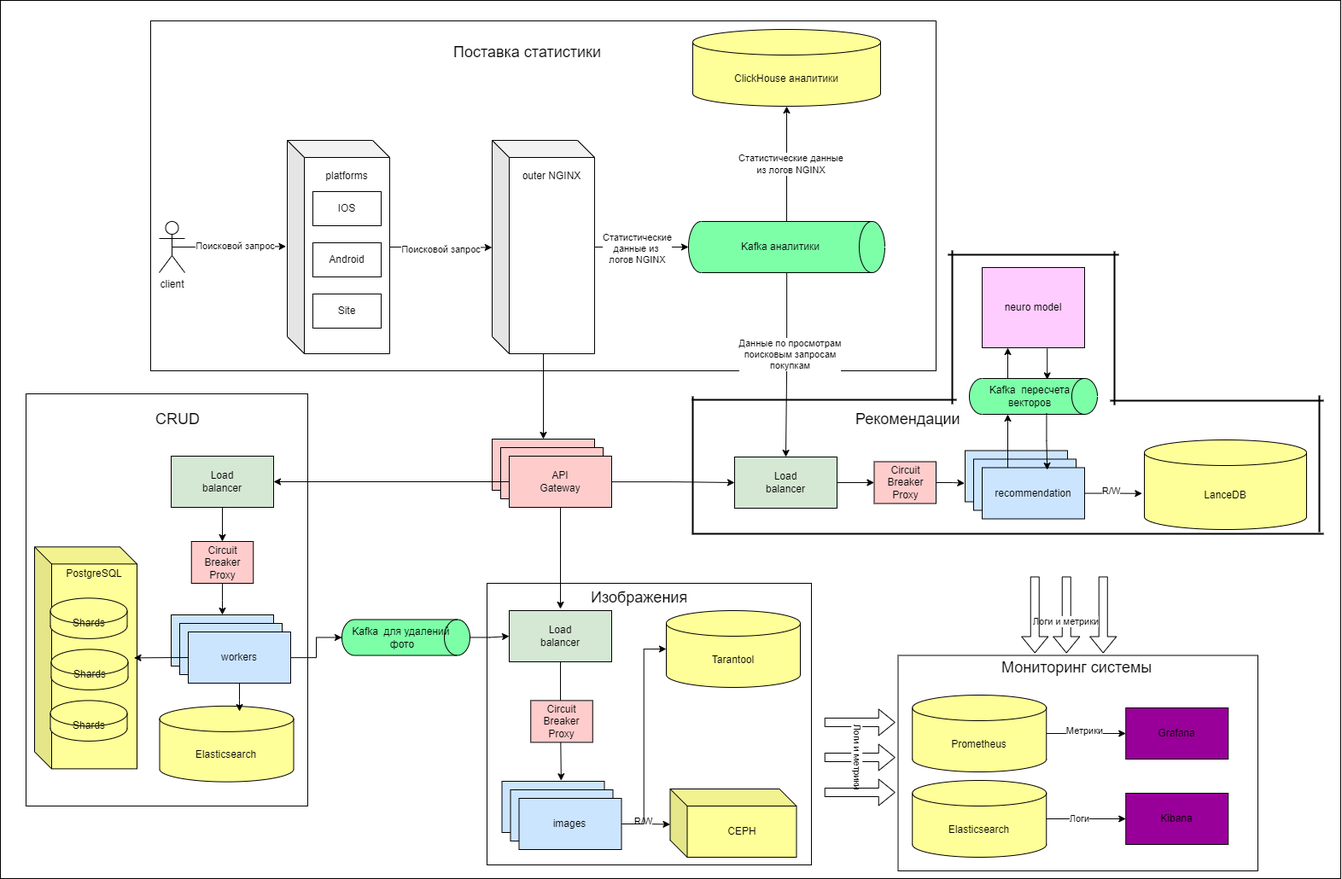
Above: src/avito_system.drawio.png in Max425/tp-highload-avito (draw.io), before the change. Source tidied: cells renumbered, new cells last; positions are measured from the earlier drawing's top-left corner, leaving out a move shared by most shapes.
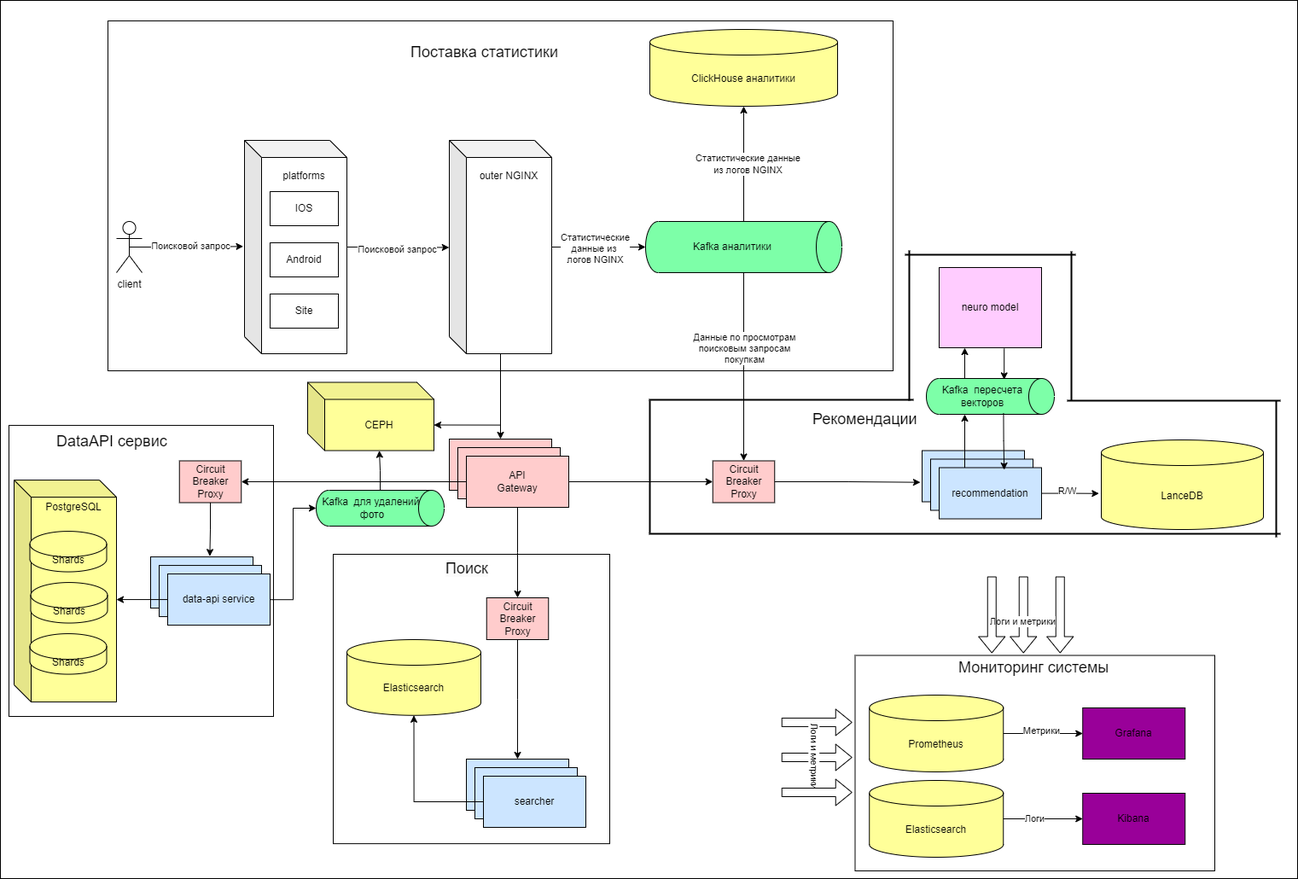
After the commit.

What changed in the source:
```diff
@@ -5,3 +5,3 @@
     <mxCell id="2" style="rounded=0;whiteSpace=wrap;html=1;" parent="1" vertex="1">
-      <mxGeometry width="1570" height="1029" as="geometry" />
+      <mxGeometry x="50" width="1520" height="1029" as="geometry" />
     </mxCell>
@@ -11,3 +11,3 @@
     <mxCell id="4" style="rounded=0;whiteSpace=wrap;html=1;" parent="1" vertex="1">
-      <mxGeometry x="570" y="683" width="380" height="330" as="geometry" />
+      <mxGeometry x="60" y="497.9" width="310" height="341.1" as="geometry" />
     </mxCell>
@@ -17,3 +17,3 @@
     <mxCell id="6" style="rounded=0;whiteSpace=wrap;html=1;" parent="1" vertex="1">
-      <mxGeometry x="30" y="461" width="330" height="483" as="geometry" />
+      <mxGeometry x="440" y="649" width="324" height="339.1" as="geometry" />
     </mxCell>
@@ -68,3 +68,3 @@
     </mxCell>
-    <mxCell id="22" style="edgeStyle=orthogonalEdgeStyle;rounded=0;jettySize=auto;html=1;" parent="1" edge="1" source="24" target="29">
+    <mxCell id="22" style="edgeStyle=orthogonalEdgeStyle;rounded=0;jettySize=auto;html=1;" parent="1" edge="1" source="24" target="83">
       <mxGeometry relative="1" as="geometry" />
@@ -72,3 +72,5 @@
     <mxCell id="23" value="Данные по просмотрам&lt;div&gt;поисковым запросам&lt;/div&gt;&lt;div&gt;покупкам&lt;/div&gt;" style="edgeLabel;html=1;align=center;verticalAlign=middle;" parent="22" vertex="1">
-      <mxGeometry x="-0.12" y="2" relative="1" as="geometry" />
+      <mxGeometry x="-0.12" y="2" relative="1" as="geometry">
+        <mxPoint x="-2" y="-8" as="offset" />
+      </mxGeometry>
     </mxCell>
@@ -83,11 +85,5 @@
     </mxCell>
-    <mxCell id="27" style="edgeStyle=orthogonalEdgeStyle;rounded=0;jettySize=auto;html=1;entryX=-0.005;entryY=0.639;entryDx=0;entryDy=0;entryPerimeter=0;" parent="1" edge="1" source="83" target="30">
+    <mxCell id="27" style="edgeStyle=orthogonalEdgeStyle;rounded=0;jettySize=auto;html=1;entryX=-0.017;entryY=0.62;entryDx=0;entryDy=0;entryPerimeter=0;" parent="1" edge="1" source="83" target="30">
       <mxGeometry relative="1" as="geometry" />
     </mxCell>
-    <mxCell id="28" style="edgeStyle=orthogonalEdgeStyle;rounded=0;jettySize=auto;html=1;entryX=0;entryY=0.5;entryDx=0;entryDy=0;" parent="1" edge="1" source="29" target="83">
-      <mxGeometry relative="1" as="geometry" />
-    </mxCell>
-    <mxCell id="29" value="Load&lt;div&gt;balancer&lt;/div&gt;" style="rounded=0;whiteSpace=wrap;html=1;fillColor=#D5E8D4;" parent="1" vertex="1">
-      <mxGeometry x="860" y="535" width="120" height="60" as="geometry" />
-    </mxCell>
     <mxCell id="30" value="recommendation" style="rounded=0;whiteSpace=wrap;html=1;fillColor=#CCE5FF;" parent="1" vertex="1">
@@ -116,3 +112,3 @@
     <mxCell id="37" value="Elasticsearch" style="shape=cylinder3;whiteSpace=wrap;html=1;boundedLbl=1;backgroundOutline=1;size=15;fillColor=#FFFF99;" parent="1" vertex="1">
-      <mxGeometry x="186.5" y="826.9" width="157" height="88.8" as="geometry" />
+      <mxGeometry x="456" y="749" width="157" height="88.8" as="geometry" />
     </mxCell>
@@ -124,13 +120,11 @@
     </mxCell>
-    <mxCell id="40" style="edgeStyle=orthogonalEdgeStyle;rounded=0;jettySize=auto;html=1;entryX=0;entryY=0.5;entryDx=0;entryDy=0;" parent="1" edge="1" source="43" target="29">
+    <mxCell id="40" style="edgeStyle=orthogonalEdgeStyle;rounded=0;jettySize=auto;html=1;" parent="1" edge="1" source="43" target="83">
       <mxGeometry relative="1" as="geometry" />
     </mxCell>
-    <mxCell id="41" style="edgeStyle=orthogonalEdgeStyle;rounded=0;jettySize=auto;html=1;exitX=0.5;exitY=1;exitDx=0;exitDy=0;" parent="1" edge="1" source="43">
-      <mxGeometry relative="1" as="geometry">
-        <mxPoint x="656" y="713" as="targetPoint" />
-      </mxGeometry>
-    </mxCell>
-    <mxCell id="42" style="edgeStyle=orthogonalEdgeStyle;rounded=0;jettySize=auto;html=1;" parent="1" edge="1" source="43" target="49">
+    <mxCell id="42" style="edgeStyle=orthogonalEdgeStyle;rounded=0;jettySize=auto;html=1;" parent="1" edge="1" source="43" target="88">
       <mxGeometry relative="1" as="geometry" />
     </mxCell>
+    <mxCell id="105" style="edgeStyle=orthogonalEdgeStyle;rounded=0;jettySize=auto;html=1;entryX=1;entryY=0.5;entryDx=0;entryDy=0;" parent="1" edge="1" source="43" target="90">
+      <mxGeometry relative="1" as="geometry" />
+    </mxCell>
     <mxCell id="43" value="API&lt;div&gt;Gateway&lt;/div&gt;" style="rounded=0;whiteSpace=wrap;html=1;fillColor=#FFCCCC;" parent="1" vertex="1">
@@ -139,12 +133,12 @@
     <mxCell id="44" value="&lt;div&gt;PostgreSQL&lt;br&gt;&lt;/div&gt;&lt;div&gt;&lt;br&gt;&lt;/div&gt;&lt;div&gt;&lt;br&gt;&lt;/div&gt;&lt;div&gt;&lt;br&gt;&lt;/div&gt;&lt;div&gt;&lt;br&gt;&lt;/div&gt;&lt;div&gt;&lt;br&gt;&lt;/div&gt;&lt;div&gt;&lt;br&gt;&lt;/div&gt;&lt;div&gt;&lt;br&gt;&lt;/div&gt;&lt;div&gt;&lt;br&gt;&lt;/div&gt;&lt;div&gt;&lt;br&gt;&lt;/div&gt;&lt;div&gt;&lt;br&gt;&lt;/div&gt;&lt;div&gt;&lt;br&gt;&lt;/div&gt;&lt;div&gt;&lt;br&gt;&lt;/div&gt;&lt;div&gt;&lt;br&gt;&lt;/div&gt;&lt;div&gt;&lt;br&gt;&lt;/div&gt;&lt;div&gt;&lt;br&gt;&lt;/div&gt;" style="shape=cube;whiteSpace=wrap;html=1;boundedLbl=1;backgroundOutline=1;darkOpacity=0.05;darkOpacity2=0.1;fillColor=#FFFF99;" parent="1" vertex="1">
-      <mxGeometry x="40" y="640.4" width="120" height="260" as="geometry" />
+      <mxGeometry x="66" y="562.1" width="120" height="260" as="geometry" />
     </mxCell>
     <mxCell id="45" value="Shards" style="shape=cylinder3;whiteSpace=wrap;html=1;boundedLbl=1;backgroundOutline=1;size=15;fillColor=#FFFF99;" parent="1" vertex="1">
-      <mxGeometry x="58.5" y="700.4" width="90" height="47.5" as="geometry" />
+      <mxGeometry x="84.5" y="622.1" width="90" height="47.5" as="geometry" />
     </mxCell>
     <mxCell id="46" value="Shards" style="shape=cylinder3;whiteSpace=wrap;html=1;boundedLbl=1;backgroundOutline=1;size=15;fillColor=#FFFF99;" parent="1" vertex="1">
-      <mxGeometry x="58.5" y="820.4" width="90" height="47.5" as="geometry" />
+      <mxGeometry x="84.5" y="742.1" width="90" height="47.5" as="geometry" />
     </mxCell>
     <mxCell id="47" value="Shards" style="shape=cylinder3;whiteSpace=wrap;html=1;boundedLbl=1;backgroundOutline=1;size=15;fillColor=#FFFF99;" parent="1" vertex="1">
-      <mxGeometry x="59.5" y="760.4" width="90" height="47.5" as="geometry" />
+      <mxGeometry x="85.5" y="682.1" width="90" height="47.5" as="geometry" />
     </mxCell>
@@ -153,25 +147,19 @@
     </mxCell>
-    <mxCell id="49" value="Load&lt;div&gt;balancer&lt;/div&gt;" style="rounded=0;whiteSpace=wrap;html=1;fillColor=#D5E8D4;" parent="1" vertex="1">
-      <mxGeometry x="200" y="534" width="120" height="60" as="geometry" />
-    </mxCell>
     <mxCell id="50" value="recommendation" style="rounded=0;whiteSpace=wrap;html=1;fillColor=#CCE5FF;" parent="1" vertex="1">
-      <mxGeometry x="200" y="720" width="120" height="60" as="geometry" />
+      <mxGeometry x="596" y="889" width="120" height="60" as="geometry" />
     </mxCell>
     <mxCell id="51" value="recommendation" style="rounded=0;whiteSpace=wrap;html=1;fillColor=#CCE5FF;" parent="1" vertex="1">
-      <mxGeometry x="210" y="730" width="120" height="60" as="geometry" />
+      <mxGeometry x="606" y="899" width="120" height="60" as="geometry" />
     </mxCell>
-    <mxCell id="52" value="workers" style="rounded=0;whiteSpace=wrap;html=1;fillColor=#CCE5FF;" parent="1" vertex="1">
-      <mxGeometry x="220" y="740" width="120" height="60" as="geometry" />
+    <mxCell id="52" value="searcher" style="rounded=0;whiteSpace=wrap;html=1;fillColor=#CCE5FF;" parent="1" vertex="1">
+      <mxGeometry x="616" y="909" width="120" height="60" as="geometry" />
     </mxCell>
-    <mxCell id="53" value="&lt;span style=&quot;color: rgb(0, 0, 0); font-family: Helvetica; font-size: 18px; font-style: normal; font-variant-ligatures: normal; font-variant-caps: normal; font-weight: 400; letter-spacing: normal; orphans: 2; text-align: left; text-indent: 0px; text-transform: none; widows: 2; word-spacing: 0px; -webkit-text-stroke-width: 0px; white-space: normal; background-color: rgb(251, 251, 251); text-decoration-thickness: initial; text-decoration-style: initial; text-decoration-color: initial; display: inline !important; float: none;&quot;&gt;CRUD&lt;/span&gt;" style="text;whiteSpace=wrap;html=1;" parent="1" vertex="1">
-      <mxGeometry x="180" y="474" width="58" height="50" as="geometry" />
+    <mxCell id="53" value="&lt;span style=&quot;color: rgb(0, 0, 0); font-family: Helvetica; font-size: 18px; font-style: normal; font-variant-ligatures: normal; font-variant-caps: normal; font-weight: 400; letter-spacing: normal; orphans: 2; text-align: left; text-indent: 0px; text-transform: none; widows: 2; word-spacing: 0px; -webkit-text-stroke-width: 0px; white-space: normal; background-color: rgb(251, 251, 251); text-decoration-thickness: initial; text-decoration-style: initial; text-decoration-color: initial; display: inline !important; float: none;&quot;&gt;Поиск&lt;/span&gt;" style="text;whiteSpace=wrap;html=1;" parent="1" vertex="1">
+      <mxGeometry x="570" y="649" width="58" height="50" as="geometry" />
     </mxCell>
-    <mxCell id="54" value="Tarantool" style="shape=cylinder3;whiteSpace=wrap;html=1;boundedLbl=1;backgroundOutline=1;size=15;fillColor=#FFFF99;" parent="1" vertex="1">
-      <mxGeometry x="780" y="715" width="157" height="90" as="geometry" />
-    </mxCell>
-    <mxCell id="55" value="&lt;font style=&quot;font-size: 18px;&quot;&gt;Изображения&lt;/font&gt;" style="text;whiteSpace=wrap;html=1;" parent="1" vertex="1">
-      <mxGeometry x="690" y="682.5" width="75" height="40" as="geometry" />
+    <mxCell id="55" value="&lt;font style=&quot;font-size: 18px;&quot;&gt;DataAPI с&lt;/font&gt;&lt;span style=&quot;font-size: 18px;&quot;&gt;ервис&lt;/span&gt;" style="text;whiteSpace=wrap;html=1;" parent="1" vertex="1">
+      <mxGeometry x="114" y="499.5" width="174" height="40" as="geometry" />
     </mxCell>
     <mxCell id="56" value="CEPH" style="shape=cube;whiteSpace=wrap;html=1;boundedLbl=1;backgroundOutline=1;darkOpacity=0.05;darkOpacity2=0.1;fillColor=#FFFF99;" parent="1" vertex="1">
-      <mxGeometry x="784.5" y="924" width="148" height="80" as="geometry" />
+      <mxGeometry x="410" y="447.5" width="148" height="80" as="geometry" />
     </mxCell>
@@ -246,33 +234,12 @@
     </mxCell>
-    <mxCell id="74" style="edgeStyle=orthogonalEdgeStyle;rounded=0;jettySize=auto;html=1;exitX=0;exitY=0.5;exitDx=0;exitDy=0;entryX=0;entryY=0;entryDx=120;entryDy=140;entryPerimeter=0;" parent="1" edge="1" source="52">
-      <mxGeometry relative="1" as="geometry">
-        <mxPoint x="156.5" y="770.4" as="targetPoint" />
-      </mxGeometry>
-    </mxCell>
-    <mxCell id="75" value="Load&lt;div&gt;balancer&lt;/div&gt;" style="rounded=0;whiteSpace=wrap;html=1;fillColor=#D5E8D4;" parent="1" vertex="1">
-      <mxGeometry x="596" y="715" width="120" height="60" as="geometry" />
-    </mxCell>
     <mxCell id="76" value="recommendation" style="rounded=0;whiteSpace=wrap;html=1;fillColor=#CCE5FF;" parent="1" vertex="1">
-      <mxGeometry x="587.5" y="915" width="120" height="60" as="geometry" />
+      <mxGeometry x="226" y="652.1" width="120" height="60" as="geometry" />
     </mxCell>
     <mxCell id="77" value="recommendation" style="rounded=0;whiteSpace=wrap;html=1;fillColor=#CCE5FF;" parent="1" vertex="1">
-      <mxGeometry x="597.5" y="925" width="120" height="60" as="geometry" />
+      <mxGeometry x="236" y="662.1" width="120" height="60" as="geometry" />
     </mxCell>
-    <mxCell id="78" value="images" style="rounded=0;whiteSpace=wrap;html=1;fillColor=#CCE5FF;" parent="1" vertex="1">
-      <mxGeometry x="607.5" y="935" width="120" height="60" as="geometry" />
+    <mxCell id="78" value="&lt;div style=&quot;text-align: left;&quot;&gt;&lt;span style=&quot;background-color: initial;&quot;&gt;data-api service&lt;/span&gt;&lt;/div&gt;" style="rounded=0;whiteSpace=wrap;html=1;fillColor=#CCE5FF;" parent="1" vertex="1">
+      <mxGeometry x="246" y="672.1" width="120" height="60" as="geometry" />
     </mxCell>
-    <mxCell id="79" style="edgeStyle=orthogonalEdgeStyle;rounded=0;jettySize=auto;html=1;entryX=-0.014;entryY=0.598;entryDx=0;entryDy=0;entryPerimeter=0;" parent="1" edge="1" source="78">
-      <mxGeometry relative="1" as="geometry">
-        <mxPoint x="784.5" y="965.5" as="targetPoint" />
-      </mxGeometry>
-    </mxCell>
-    <mxCell id="80" value="R/W" style="edgeLabel;html=1;align=center;verticalAlign=middle;fillColor=#CCE5FF;" parent="79" vertex="1">
-      <mxGeometry x="-0.17" y="3" relative="1" as="geometry">
-        <mxPoint x="1" y="-1" as="offset" />
-      </mxGeometry>
-    </mxCell>
-    <mxCell id="81" style="edgeStyle=orthogonalEdgeStyle;rounded=0;jettySize=auto;html=1;entryX=0;entryY=0.5;entryDx=0;entryDy=0;entryPerimeter=0;" parent="1" edge="1" source="78" target="54">
-      <mxGeometry relative="1" as="geometry" />
-    </mxCell>
-    <mxCell id="82" style="edgeStyle=orthogonalEdgeStyle;rounded=0;jettySize=auto;html=1;entryX=0.578;entryY=-0.013;entryDx=0;entryDy=0;entryPerimeter=0;" parent="1" edge="1" source="75" target="76">
+    <mxCell id="82" style="edgeStyle=orthogonalEdgeStyle;rounded=0;jettySize=auto;html=1;entryX=0.578;entryY=-0.013;entryDx=0;entryDy=0;entryPerimeter=0;exitX=0.5;exitY=1;exitDx=0;exitDy=0;" parent="1" edge="1" source="90" target="76">
       <mxGeometry relative="1" as="geometry" />
@@ -280,24 +247,12 @@
     <mxCell id="83" value="Circuit Breaker&lt;br&gt;&lt;div&gt;Proxy&lt;/div&gt;" style="rounded=0;whiteSpace=wrap;html=1;fillColor=#FFCCCC;" parent="1" vertex="1">
-      <mxGeometry x="1023.5" y="540.5" width="72.5" height="49" as="geometry" />
+      <mxGeometry x="884.8" y="539.5" width="72.5" height="49" as="geometry" />
     </mxCell>
-    <mxCell id="84" style="edgeStyle=orthogonalEdgeStyle;rounded=0;jettySize=auto;html=1;" parent="1" edge="1" source="85" target="75">
-      <mxGeometry relative="1" as="geometry" />
-    </mxCell>
     <mxCell id="85" value="Kafka&amp;nbsp; для удалений&amp;nbsp; фото" style="shape=cylinder3;whiteSpace=wrap;html=1;boundedLbl=1;backgroundOutline=1;size=15;direction=south;fillColor=#7DFFA8;rotation=0;" parent="1" vertex="1">
-      <mxGeometry x="400" y="725.5" width="150" height="42" as="geometry" />
+      <mxGeometry x="420" y="574" width="150" height="42" as="geometry" />
     </mxCell>
-    <mxCell id="86" style="edgeStyle=orthogonalEdgeStyle;rounded=0;jettySize=auto;html=1;entryX=0.5;entryY=1;entryDx=0;entryDy=0;entryPerimeter=0;" parent="1" edge="1" source="52" target="85">
-      <mxGeometry relative="1" as="geometry" />
-    </mxCell>
-    <mxCell id="87" style="edgeStyle=orthogonalEdgeStyle;rounded=0;jettySize=auto;html=1;entryX=0.5;entryY=0;entryDx=0;entryDy=0;" parent="1" edge="1" source="49" target="88">
-      <mxGeometry relative="1" as="geometry" />
-    </mxCell>
     <mxCell id="88" value="Circuit Breaker&lt;br&gt;&lt;div&gt;Proxy&lt;/div&gt;" style="rounded=0;whiteSpace=wrap;html=1;fillColor=#FFCCCC;" parent="1" vertex="1">
-      <mxGeometry x="223.8" y="634" width="72.5" height="49" as="geometry" />
+      <mxGeometry x="619.8" y="700" width="72.5" height="49" as="geometry" />
     </mxCell>
-    <mxCell id="89" style="edgeStyle=orthogonalEdgeStyle;rounded=0;jettySize=auto;html=1;entryX=0.596;entryY=0.069;entryDx=0;entryDy=0;entryPerimeter=0;" parent="1" edge="1" source="52" target="37">
-      <mxGeometry relative="1" as="geometry" />
-    </mxCell>
     <mxCell id="90" value="Circuit Breaker&lt;br&gt;&lt;div&gt;Proxy&lt;/div&gt;" style="rounded=0;whiteSpace=wrap;html=1;fillColor=#FFCCCC;" parent="1" vertex="1">
-      <mxGeometry x="621.2" y="820.4" width="72.5" height="49" as="geometry" />
+      <mxGeometry x="259.8" y="539.5" width="72.5" height="49" as="geometry" />
     </mxCell>
@@ -325,6 +280,6 @@
     <mxCell id="98" style="line;strokeWidth=2;html=1;direction=south;" parent="1" vertex="1">
-      <mxGeometry x="1110" y="293" width="10" height="180" as="geometry" />
+      <mxGeometry x="1110" y="293" width="10" height="176" as="geometry" />
     </mxCell>
     <mxCell id="99" style="line;strokeWidth=2;html=1;direction=south;" parent="1" vertex="1">
-      <mxGeometry x="1300" y="294" width="10" height="180" as="geometry" />
+      <mxGeometry x="1300" y="294" width="10" height="175" as="geometry" />
     </mxCell>
@@ -340,7 +295,27 @@
     <mxCell id="103" style="line;strokeWidth=2;html=1;direction=south;" parent="1" vertex="1">
-      <mxGeometry x="1540" y="463" width="10" height="160" as="geometry" />
+      <mxGeometry x="1540" y="469" width="10" height="160" as="geometry" />
     </mxCell>
     <mxCell id="104" style="line;strokeWidth=2;html=1;direction=south;" parent="1" vertex="1">
-      <mxGeometry x="806" y="464" width="10" height="160" as="geometry" />
+      <mxGeometry x="806" y="469" width="10" height="155" as="geometry" />
     </mxCell>
+    <mxCell id="89" style="edgeStyle=orthogonalEdgeStyle;rounded=0;jettySize=auto;html=1;entryX=0.5;entryY=1;entryDx=0;entryDy=0;entryPerimeter=0;" parent="1" edge="1" source="52" target="37">
+      <mxGeometry relative="1" as="geometry" />
+    </mxCell>
+    <mxCell id="106" style="edgeStyle=orthogonalEdgeStyle;rounded=0;jettySize=auto;html=1;entryX=0;entryY=0;entryDx=84;entryDy=80;entryPerimeter=0;" parent="1" edge="1" source="85" target="56">
+      <mxGeometry relative="1" as="geometry" />
+    </mxCell>
+    <mxCell id="107" style="edgeStyle=orthogonalEdgeStyle;rounded=0;jettySize=auto;html=1;entryX=0;entryY=0;entryDx=148;entryDy=50;entryPerimeter=0;exitX=0;exitY=0;exitDx=70;exitDy=250;exitPerimeter=0;" parent="1" edge="1" source="19" target="56">
+      <mxGeometry relative="1" as="geometry">
+        <Array as="points">
+          <mxPoint x="636" y="414" />
+          <mxPoint x="636" y="498" />
+        </Array>
+      </mxGeometry>
+    </mxCell>
+    <mxCell id="108" style="edgeStyle=orthogonalEdgeStyle;rounded=0;jettySize=auto;html=1;entryX=0;entryY=0;entryDx=120.00000000000001;entryDy=140;entryPerimeter=0;" parent="1" edge="1" source="78" target="44">
+      <mxGeometry relative="1" as="geometry" />
+    </mxCell>
+    <mxCell id="109" style="edgeStyle=orthogonalEdgeStyle;rounded=0;jettySize=auto;html=1;entryX=0.5;entryY=1;entryDx=0;entryDy=0;entryPerimeter=0;" parent="1" edge="1" source="78" target="85">
+      <mxGeometry relative="1" as="geometry" />
+    </mxCell>
   </root>
```
